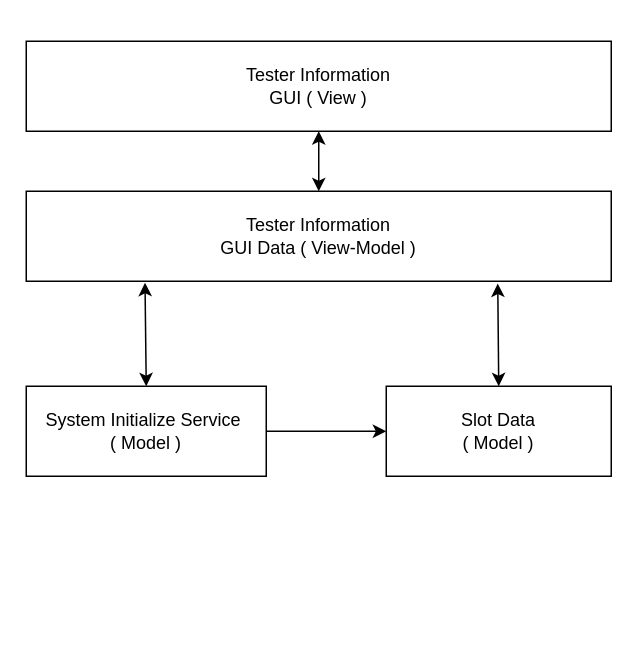
Above: page "Tester Information" (2 of 15) of SG9KG5/Program Architecture.drawio in Jasson-Chou/Software-Projects (draw.io), before the change. Source tidied: cells renumbered, new cells numbered last; positions are measured from the earlier drawing's top-left corner, leaving out a move shared by most shapes. Both pictures are drawn from the tidied source at 150%, with x=0, y=0 at pixel (26, 40).
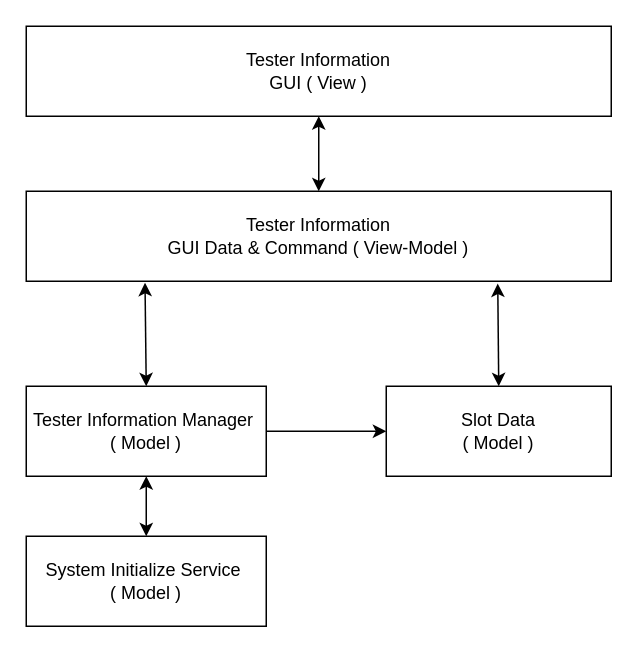
The same page after the edit.

The edit, as a diff of the source:
```diff
@@
 <mxGraphModel>
   <root>
     <mxCell id="0" />
     <mxCell id="1" parent="0" />
     <mxCell id="2" value="Tester Information&lt;br&gt;GUI ( View )" style="rounded=0;whiteSpace=wrap;html=1;" parent="1" vertex="1">
-      <mxGeometry width="390" height="60" as="geometry" />
+      <mxGeometry y="-10" width="390" height="60" as="geometry" />
     </mxCell>
-    <mxCell id="3" value="Tester Information&lt;br&gt;GUI Data ( View-Model )" style="rounded=0;whiteSpace=wrap;html=1;" parent="1" vertex="1">
+    <mxCell id="3" value="Tester Information&lt;br&gt;GUI Data &amp;amp; Command ( View-Model )" style="rounded=0;whiteSpace=wrap;html=1;" parent="1" vertex="1">
       <mxGeometry y="100" width="390" height="60" as="geometry" />
     </mxCell>
     <mxCell id="4" value="Slot Data &lt;br&gt;( Model )" style="rounded=0;whiteSpace=wrap;html=1;" parent="1" vertex="1">
       <mxGeometry x="240" y="230" width="150" height="60" as="geometry" />
     </mxCell>
-    <mxCell id="5" value="System Initialize Service&amp;nbsp;&lt;br&gt;( Model )" style="rounded=0;whiteSpace=wrap;html=1;" parent="1" vertex="1">
+    <mxCell id="5" value="Tester Information Manager&amp;nbsp;&lt;br&gt;( Model )" style="rounded=0;whiteSpace=wrap;html=1;" parent="1" vertex="1">
       <mxGeometry y="230" width="160" height="60" as="geometry" />
     </mxCell>
     <mxCell id="6" style="endArrow=classic;startArrow=classic;html=1;entryX=0.5;entryY=0;entryDx=0;entryDy=0;exitX=0.203;exitY=1.017;exitDx=0;exitDy=0;exitPerimeter=0;" parent="1" edge="1" source="3" target="5">
       <mxGeometry relative="1" as="geometry" />
     </mxCell>
     <mxCell id="7" style="endArrow=classic;startArrow=classic;html=1;entryX=0.5;entryY=0;entryDx=0;entryDy=0;exitX=0.806;exitY=1.026;exitDx=0;exitDy=0;exitPerimeter=0;" parent="1" edge="1" source="3" target="4">
       <mxGeometry relative="1" as="geometry" />
     </mxCell>
     <mxCell id="8" style="endArrow=classic;startArrow=classic;html=1;entryX=0.5;entryY=1;entryDx=0;entryDy=0;exitX=0.5;exitY=0;exitDx=0;exitDy=0;" parent="1" edge="1" source="3" target="2">
       <mxGeometry relative="1" as="geometry" />
     </mxCell>
     <mxCell id="9" style="endArrow=classic;html=1;entryX=0;entryY=0.5;entryDx=0;entryDy=0;exitX=1;exitY=0.5;exitDx=0;exitDy=0;" parent="1" edge="1" source="5" target="4">
       <mxGeometry relative="1" as="geometry" />
     </mxCell>
+    <mxCell id="10" value="System Initialize Service&amp;nbsp;&lt;br&gt;( Model )" style="rounded=0;whiteSpace=wrap;html=1;" parent="1" vertex="1">
+      <mxGeometry y="330" width="160" height="60" as="geometry" />
+    </mxCell>
+    <mxCell id="11" style="endArrow=classic;startArrow=classic;html=1;exitX=0.5;exitY=1;exitDx=0;exitDy=0;entryX=0.5;entryY=0;entryDx=0;entryDy=0;" parent="1" edge="1" source="5" target="10">
+      <mxGeometry relative="1" as="geometry" />
+    </mxCell>
   </root>
 </mxGraphModel>
```
